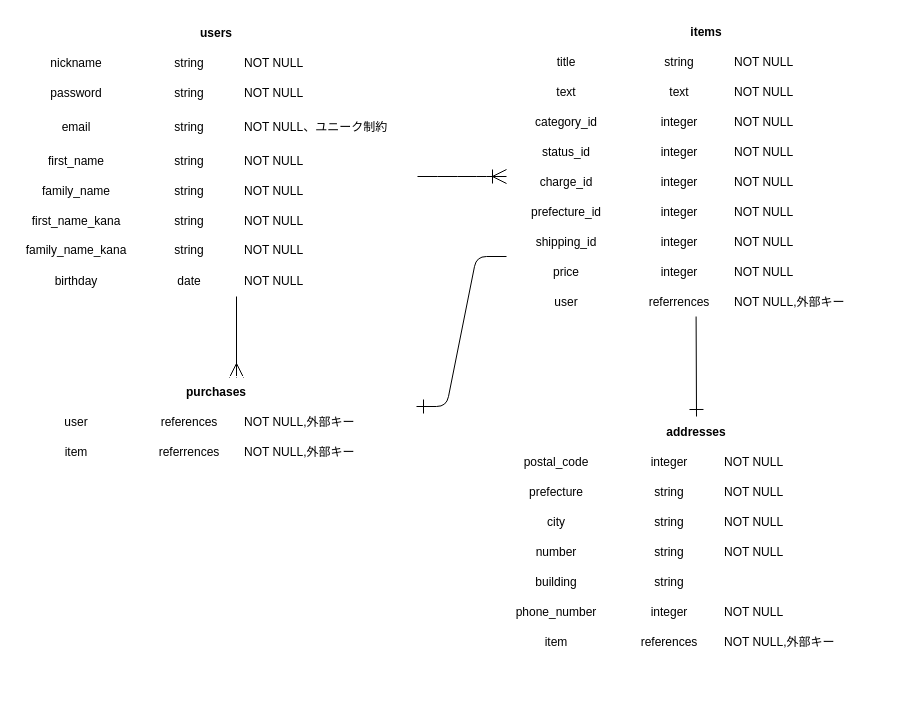
Before: ER .dio in evShun/furima-38994, a draw.io diagram. Source tidied: cells renumbered, new cells numbered last; positions are measured from the earlier drawing's top-left corner, leaving out a move shared by most shapes. Both pictures are drawn from the tidied source at 100%, with x=0, y=0 at pixel (16, 16).
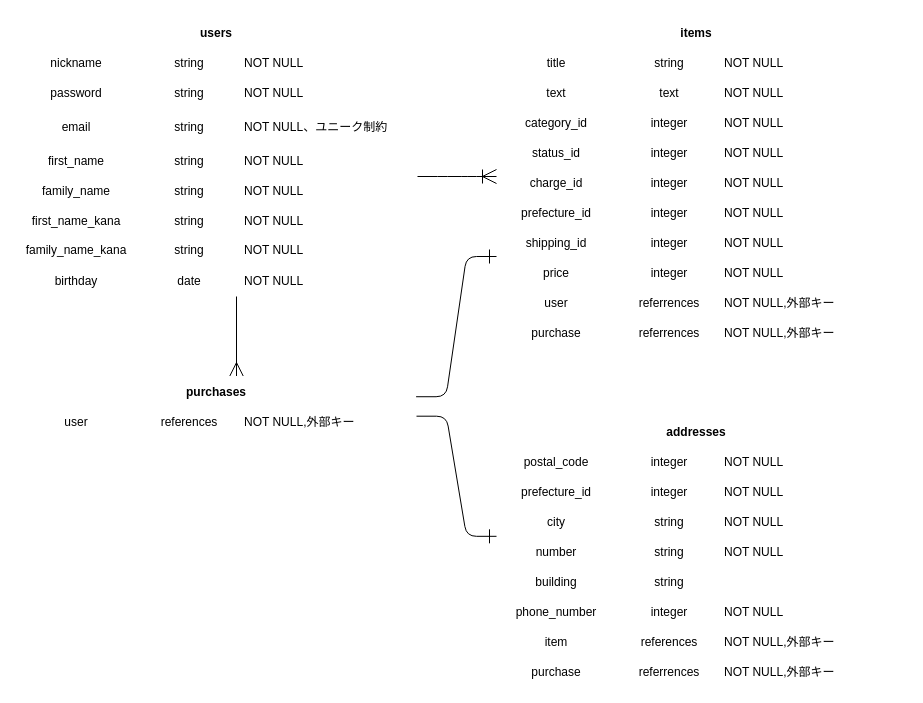
After the change.

Unchanged cells that the change refers to:
```xml
<mxCell id="68" style="shape=tableRow;horizontal=0;startSize=0;swimlaneHead=0;swimlaneBody=0;fillColor=none;points=[[0,0.5],[1,0.5]];portConstraint=eastwest;top=0;left=0;right=0;bottom=0;strokeColor=#FFFFFF;fontSize=12;" parent="35" vertex="1">
  <mxGeometry y="270" width="400" height="30" as="geometry" />
</mxCell>
<mxCell id="77" style="shape=tableRow;horizontal=0;startSize=0;swimlaneHead=0;swimlaneBody=0;fillColor=none;top=0;left=0;right=0;bottom=0;strokeColor=#FFFFFF;fontSize=12;" parent="72" vertex="1">
  <mxGeometry y="60" width="400" height="30" as="geometry" />
</mxCell>
<mxCell id="85" style="shape=tableRow;horizontal=0;startSize=0;swimlaneHead=0;swimlaneBody=0;fillColor=none;points=[[0,0.5],[1,0.5]];portConstraint=eastwest;top=0;left=0;right=0;bottom=0;strokeColor=#FFFFFF;fontSize=12;" parent="72" vertex="1">
  <mxGeometry y="120" width="400" height="30" as="geometry" />
</mxCell>
<mxCell id="105" style="shape=tableRow;horizontal=0;startSize=0;swimlaneHead=0;swimlaneBody=0;fillColor=none;points=[[0,0.5],[1,0.5]];portConstraint=eastwest;top=0;left=0;right=0;bottom=0;strokeColor=#FFFFFF;fontSize=12;" parent="104" vertex="1">
  <mxGeometry y="30" width="400" height="30" as="geometry" />
</mxCell>
```

Diff of the diagram source:
```diff
@@
     <mxCell id="35" value="items" style="shape=table;startSize=30;childLayout=tableLayout;rowLines=0;fontStyle=1;align=center;strokeColor=#FFFFFF;fontSize=12;fillColor=none;" parent="1" vertex="1">
-      <mxGeometry x="490" width="400" height="300" as="geometry" />
+      <mxGeometry x="480" y="1" width="400" height="330" as="geometry" />
     </mxCell>
@@
+    <mxCell id="114" style="shape=tableRow;horizontal=0;startSize=0;swimlaneHead=0;swimlaneBody=0;fillColor=none;top=0;left=0;right=0;bottom=0;strokeColor=#FFFFFF;fontSize=12;" parent="35" vertex="1">
+      <mxGeometry y="300" width="400" height="30" as="geometry" />
+    </mxCell>
+    <mxCell id="115" value="purchase" style="shape=partialRectangle;fillColor=none;top=0;left=0;bottom=0;right=0;overflow=hidden;strokeColor=#FFFFFF;fontSize=12;" parent="114" vertex="1">
+      <mxGeometry width="120" height="30" as="geometry" />
+    </mxCell>
+    <mxCell id="116" value="referrences" style="shape=partialRectangle;fillColor=none;top=0;left=0;bottom=0;right=0;align=center;spacingLeft=6;overflow=hidden;strokeColor=#FFFFFF;fontSize=12;" parent="114" vertex="1">
+      <mxGeometry x="120" width="100" height="30" as="geometry" />
+    </mxCell>
+    <mxCell id="117" value="NOT NULL,外部キー" style="shape=partialRectangle;fillColor=none;top=0;left=0;bottom=0;right=0;align=left;spacingLeft=6;overflow=hidden;strokeColor=#FFFFFF;fontSize=12;" parent="114" vertex="1">
+      <mxGeometry x="220" width="180" height="30" as="geometry" />
+    </mxCell>
     <mxCell id="72" value="addresses" style="shape=table;startSize=30;childLayout=tableLayout;rowLines=0;fontStyle=1;align=center;strokeColor=#FFFFFF;fontSize=12;fillColor=none;" parent="1" vertex="1">
-      <mxGeometry x="480" y="400" width="400" height="240" as="geometry" />
+      <mxGeometry x="480" y="400" width="400" height="270" as="geometry" />
     </mxCell>
@@
-    <mxCell id="78" value="prefecture" style="shape=partialRectangle;fillColor=none;top=0;left=0;bottom=0;right=0;overflow=hidden;strokeColor=#FFFFFF;fontSize=12;" parent="77" vertex="1">
+    <mxCell id="78" value="prefecture_id" style="shape=partialRectangle;fillColor=none;top=0;left=0;bottom=0;right=0;overflow=hidden;strokeColor=#FFFFFF;fontSize=12;" parent="77" vertex="1">
       <mxGeometry width="120" height="30" as="geometry" />
     </mxCell>
-    <mxCell id="79" value="string" style="shape=partialRectangle;fillColor=none;top=0;left=0;bottom=0;right=0;align=center;spacingLeft=6;overflow=hidden;strokeColor=#FFFFFF;fontSize=12;" parent="77" vertex="1">
+    <mxCell id="79" value="integer" style="shape=partialRectangle;fillColor=none;top=0;left=0;bottom=0;right=0;align=center;spacingLeft=6;overflow=hidden;strokeColor=#FFFFFF;fontSize=12;" parent="77" vertex="1">
       <mxGeometry x="120" width="100" height="30" as="geometry" />
     </mxCell>
@@
+    <mxCell id="118" style="shape=tableRow;horizontal=0;startSize=0;swimlaneHead=0;swimlaneBody=0;fillColor=none;top=0;left=0;right=0;bottom=0;strokeColor=#FFFFFF;fontSize=12;" parent="72" vertex="1">
+      <mxGeometry y="240" width="400" height="30" as="geometry" />
+    </mxCell>
+    <mxCell id="119" value="purchase" style="shape=partialRectangle;fillColor=none;top=0;left=0;bottom=0;right=0;overflow=hidden;strokeColor=#FFFFFF;fontSize=12;" parent="118" vertex="1">
+      <mxGeometry width="120" height="30" as="geometry" />
+    </mxCell>
+    <mxCell id="120" value="referrences" style="shape=partialRectangle;fillColor=none;top=0;left=0;bottom=0;right=0;align=center;spacingLeft=6;overflow=hidden;strokeColor=#FFFFFF;fontSize=12;" parent="118" vertex="1">
+      <mxGeometry x="120" width="100" height="30" as="geometry" />
+    </mxCell>
+    <mxCell id="121" value="NOT NULL,外部キー" style="shape=partialRectangle;fillColor=none;top=0;left=0;bottom=0;right=0;align=left;spacingLeft=6;overflow=hidden;strokeColor=#FFFFFF;fontSize=12;" parent="118" vertex="1">
+      <mxGeometry x="220" width="180" height="30" as="geometry" />
+    </mxCell>
     <mxCell id="101" style="edgeStyle=entityRelationEdgeStyle;fontSize=12;html=1;endArrow=ERoneToMany;startArrow=none;startFill=0;endSize=12;startSize=12;" parent="1" edge="1">
       <mxGeometry relative="1" as="geometry">
         <mxPoint x="401" y="160" as="sourcePoint" />
-        <mxPoint x="490" y="160" as="targetPoint" />
+        <mxPoint x="480" y="160" as="targetPoint" />
       </mxGeometry>
     </mxCell>
-    <mxCell id="102" style="fontSize=12;html=1;endArrow=ERmany;jumpSize=6;startArrow=none;startFill=0;endSize=12;startSize=12;" parent="1" edge="1">
+    <mxCell id="102" style="fontSize=12;html=1;endArrow=ERmany;jumpSize=6;startArrow=none;startFill=0;endSize=12;startSize=12;entryX=0.55;entryY=0.002;entryDx=0;entryDy=0;entryPerimeter=0;" parent="1" edge="1" target="104">
       <mxGeometry relative="1" as="geometry">
         <mxPoint x="220" y="280" as="sourcePoint" />
-        <mxPoint x="220" y="361" as="targetPoint" />
       </mxGeometry>
     </mxCell>
-    <mxCell id="103" style="fontSize=12;html=1;endArrow=none;startArrow=ERone;jumpSize=6;endFill=0;startFill=0;endSize=12;startSize=12;entryX=0.474;entryY=1.001;entryDx=0;entryDy=0;entryPerimeter=0;" parent="1" edge="1" target="68">
-      <mxGeometry relative="1" as="geometry">
-        <mxPoint x="680" y="400" as="sourcePoint" />
-      </mxGeometry>
-    </mxCell>
     <mxCell id="104" value="purchases" style="shape=table;startSize=30;childLayout=tableLayout;rowLines=0;fontStyle=1;align=center;strokeColor=#FFFFFF;fontSize=12;fillColor=none;" parent="1" vertex="1">
-      <mxGeometry y="360" width="400" height="90" as="geometry" />
+      <mxGeometry y="360" width="400" height="60" as="geometry" />
     </mxCell>
@@
-    <mxCell id="109" style="shape=tableRow;horizontal=0;startSize=0;swimlaneHead=0;swimlaneBody=0;fillColor=none;top=0;left=0;right=0;bottom=0;strokeColor=#FFFFFF;fontSize=12;" parent="104" vertex="1">
-      <mxGeometry y="60" width="400" height="30" as="geometry" />
-    </mxCell>
-    <mxCell id="110" value="item" style="shape=partialRectangle;fillColor=none;top=0;left=0;bottom=0;right=0;overflow=hidden;strokeColor=#FFFFFF;fontSize=12;" parent="109" vertex="1">
-      <mxGeometry width="120" height="30" as="geometry" />
-    </mxCell>
-    <mxCell id="111" value="referrences" style="shape=partialRectangle;fillColor=none;top=0;left=0;bottom=0;right=0;align=center;spacingLeft=6;overflow=hidden;strokeColor=#FFFFFF;fontSize=12;" parent="109" vertex="1">
-      <mxGeometry x="120" width="100" height="30" as="geometry" />
-    </mxCell>
-    <mxCell id="112" value="NOT NULL,外部キー" style="shape=partialRectangle;fillColor=none;top=0;left=0;bottom=0;right=0;align=left;spacingLeft=6;overflow=hidden;strokeColor=#FFFFFF;fontSize=12;" parent="109" vertex="1">
-      <mxGeometry x="220" width="180" height="30" as="geometry" />
-    </mxCell>
-    <mxCell id="113" style="edgeStyle=entityRelationEdgeStyle;fontSize=12;html=1;endArrow=none;startSize=12;endSize=12;jumpSize=6;startArrow=ERone;startFill=0;endFill=0;" parent="1" edge="1">
+    <mxCell id="113" style="edgeStyle=entityRelationEdgeStyle;fontSize=12;html=1;endArrow=ERone;startSize=12;endSize=12;jumpSize=6;startArrow=none;startFill=0;endFill=0;exitX=0.999;exitY=0.337;exitDx=0;exitDy=0;exitPerimeter=0;" parent="1" edge="1" source="104">
       <mxGeometry relative="1" as="geometry">
-        <mxPoint x="400" y="390" as="sourcePoint" />
-        <mxPoint x="490" y="240" as="targetPoint" />
+        <mxPoint x="480" y="240" as="targetPoint" />
       </mxGeometry>
     </mxCell>
+    <mxCell id="122" style="edgeStyle=entityRelationEdgeStyle;fontSize=12;html=1;endArrow=ERone;startSize=12;endSize=12;jumpSize=6;startArrow=none;startFill=0;endFill=0;entryX=0;entryY=-0.006;entryDx=0;entryDy=0;entryPerimeter=0;exitX=1;exitY=0.323;exitDx=0;exitDy=0;exitPerimeter=0;" parent="1" edge="1" source="105" target="85">
+      <mxGeometry relative="1" as="geometry" />
+    </mxCell>
```
